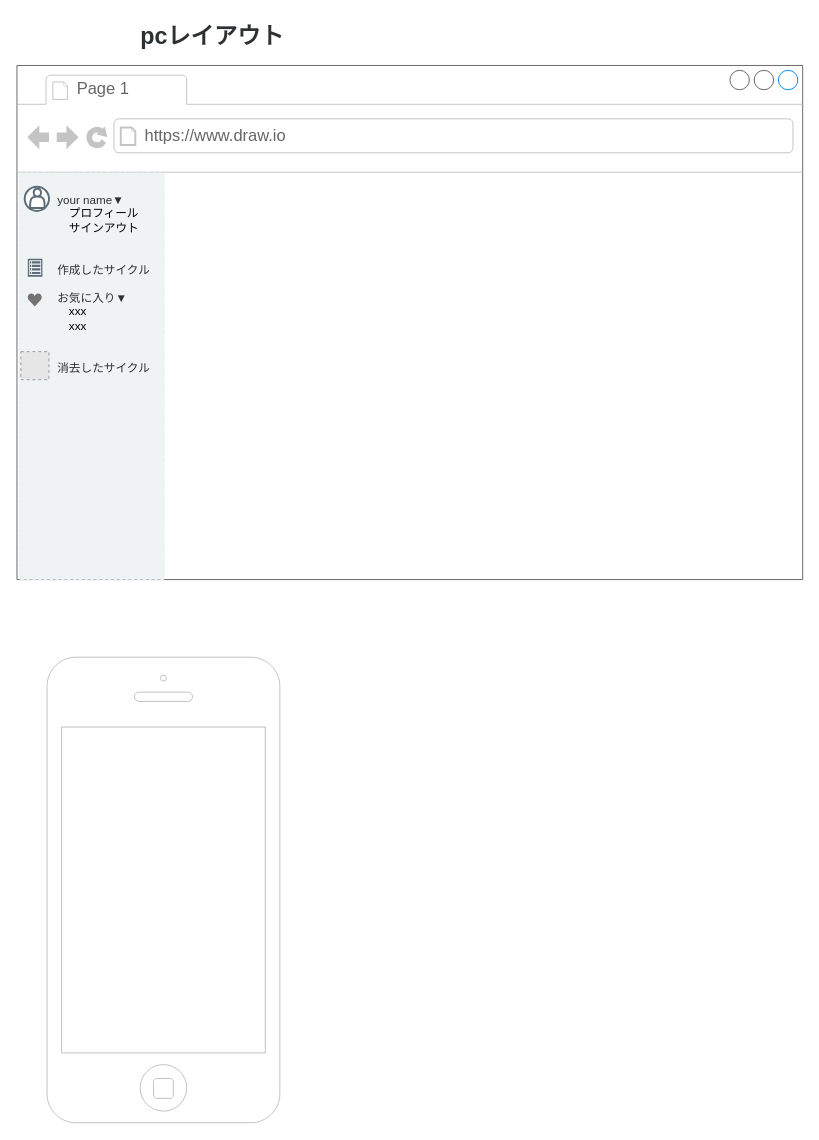
katkatprog/drowio keeps this draw.io diagram as page "画面設計(レイアウト)" (5 of 10) of ER.drawio. Above is the earlier version. Source tidied: cells renumbered, new cells numbered last; positions are measured from the earlier drawing's top-left corner, leaving out a move shared by most shapes. Both pictures are drawn from the tidied source at 97%, with x=0, y=0 at pixel (16, 16). Pictures stored in the file or linked from it are replaced by grey dashed boxes.
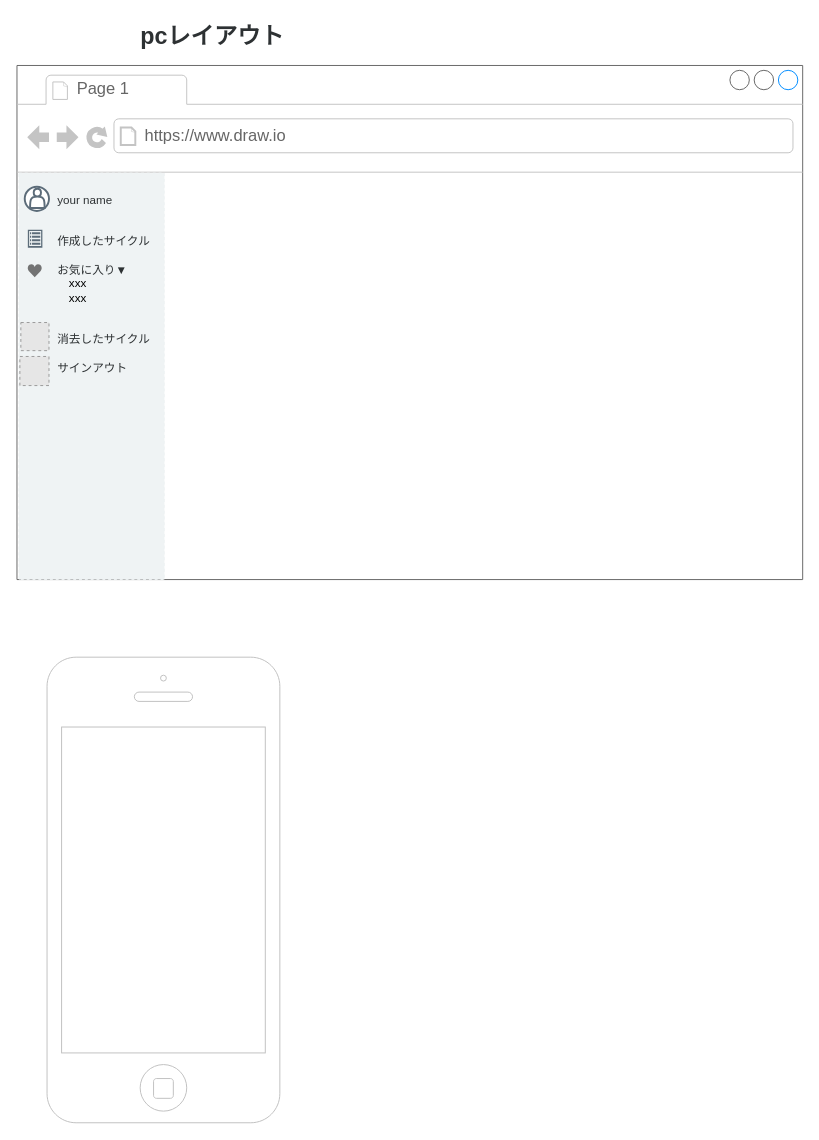
After the change.

Diff of the diagram source:
```diff
@@
 <mxGraphModel>
   <root>
     <mxCell id="0" />
     <mxCell id="1" parent="0" />
     <mxCell id="2" style="strokeWidth=1;shadow=0;dashed=0;align=center;html=1;shape=mxgraph.mockup.containers.browserWindow;rSize=0;strokeColor=none;strokeColor2=#008cff;strokeColor3=#c4c4c4;mainText=,;labelBackgroundColor=none;labelBorderColor=none;fillStyle=auto;fontSize=9;fontColor=default;fillColor=#FFFFFF;" parent="1" vertex="1">
       <mxGeometry y="50" width="810" height="530" as="geometry" />
     </mxCell>
     <mxCell id="3" value="Page 1" style="strokeWidth=1;shadow=0;dashed=0;align=center;html=1;shape=mxgraph.mockup.containers.anchor;fontSize=17;fontColor=#666666;align=left;labelBackgroundColor=none;labelBorderColor=none;fillStyle=auto;strokeColor=#EFF3F4;fillColor=#FFFFFF;" parent="2" vertex="1">
       <mxGeometry x="60" y="12" width="110" height="26" as="geometry" />
     </mxCell>
     <mxCell id="4" value="https://www.draw.io" style="strokeWidth=1;shadow=0;dashed=0;align=center;html=1;shape=mxgraph.mockup.containers.anchor;rSize=0;fontSize=17;fontColor=#666666;align=left;labelBackgroundColor=none;labelBorderColor=none;fillStyle=auto;strokeColor=#EFF3F4;fillColor=#FFFFFF;" parent="2" vertex="1">
       <mxGeometry x="130" y="60" width="250" height="26" as="geometry" />
     </mxCell>
     <mxCell id="5" style="rounded=0;whiteSpace=wrap;html=1;dashed=1;labelBackgroundColor=none;labelBorderColor=none;fillStyle=auto;strokeColor=#EFF3F4;strokeWidth=1;fontSize=11;fontColor=#B5739D;fillColor=#EFF3F4;" parent="2" vertex="1">
       <mxGeometry x="2" y="111" width="150" height="419" as="geometry" />
     </mxCell>
-    <mxCell id="6" value="&lt;span style=&quot;color: rgb(45, 49, 51);&quot;&gt;your name▼&lt;br&gt;&lt;/span&gt;　プロフィール&lt;br&gt;　サインアウト&lt;br style=&quot;color: rgb(45, 49, 51);&quot;&gt;&lt;br style=&quot;color: rgb(45, 49, 51);&quot;&gt;&lt;br style=&quot;color: rgb(45, 49, 51);&quot;&gt;&lt;font color=&quot;#2d3133&quot;&gt;作成したサイクル&lt;br&gt;&lt;/font&gt;&lt;br style=&quot;color: rgb(45, 49, 51);&quot;&gt;&lt;span style=&quot;color: rgb(45, 49, 51);&quot;&gt;お気に入り▼&lt;br&gt;&lt;/span&gt;　xxx&lt;br&gt;　xxx&lt;br&gt;　&lt;br&gt;&lt;br style=&quot;color: rgb(45, 49, 51);&quot;&gt;&lt;font color=&quot;#2d3133&quot;&gt;消去したサイクル&lt;/font&gt;" style="text;html=1;align=left;verticalAlign=top;fillColor=none;strokeColor=none;rounded=0;labelBackgroundColor=none;labelBorderColor=none;fillStyle=auto;strokeWidth=2;fontSize=12;fontColor=default;" parent="2" vertex="1">
+    <mxCell id="6" value="&lt;span style=&quot;color: rgb(45, 49, 51);&quot;&gt;your name&lt;/span&gt;&lt;br style=&quot;color: rgb(45, 49, 51);&quot;&gt;&lt;br style=&quot;color: rgb(45, 49, 51);&quot;&gt;&lt;br style=&quot;color: rgb(45, 49, 51);&quot;&gt;&lt;font color=&quot;#2d3133&quot;&gt;作成したサイクル&lt;br&gt;&lt;/font&gt;&lt;br style=&quot;color: rgb(45, 49, 51);&quot;&gt;&lt;span style=&quot;color: rgb(45, 49, 51);&quot;&gt;お気に入り▼&lt;br&gt;&lt;/span&gt;　xxx&lt;br&gt;　xxx&lt;br&gt;　&lt;br&gt;&lt;br style=&quot;color: rgb(45, 49, 51);&quot;&gt;&lt;font color=&quot;#2d3133&quot;&gt;消去したサイクル&lt;br&gt;&lt;br&gt;サインアウト&lt;br&gt;&lt;/font&gt;" style="text;html=1;align=left;verticalAlign=top;fillColor=none;strokeColor=none;rounded=0;labelBackgroundColor=none;labelBorderColor=none;fillStyle=auto;strokeWidth=2;fontSize=12;fontColor=default;" parent="2" vertex="1">
       <mxGeometry x="40" y="125" width="120" height="200" as="geometry" />
     </mxCell>
     <mxCell id="7" style="ellipse;whiteSpace=wrap;html=1;labelBackgroundColor=none;labelBorderColor=none;fillStyle=auto;strokeColor=#5c6c79;strokeWidth=2;fontSize=12;fontColor=default;fillColor=#FFFFFF;" parent="2" vertex="1">
       <mxGeometry x="8" y="125" width="25" height="25" as="geometry" />
     </mxCell>
     <mxCell id="8" style="shape=actor;whiteSpace=wrap;html=1;labelBackgroundColor=none;labelBorderColor=none;fillStyle=auto;strokeColor=#5c6c79;strokeWidth=2;fontSize=12;fontColor=default;fillColor=#FFFFFF;" parent="2" vertex="1">
       <mxGeometry x="13.5" y="127" width="15" height="20" as="geometry" />
     </mxCell>
     <mxCell id="9" style="dashed=0;verticalLabelPosition=bottom;verticalAlign=top;align=center;shape=mxgraph.gmdl.heart;strokeColor=none;fillColor=#737373;shadow=0;sketch=0;labelBackgroundColor=none;labelBorderColor=none;fillStyle=auto;strokeWidth=2;fontSize=11;fontColor=default;" parent="2" vertex="1">
-      <mxGeometry x="10.8" y="234.9" width="15" height="13.5" as="geometry" />
+      <mxGeometry x="10.8" y="204.9" width="15" height="13.5" as="geometry" />
     </mxCell>
     <mxCell id="10" style="sketch=0;html=1;strokeColor=none;shadow=0;align=center;verticalAlign=top;fillColor=#5C6C79;shape=mxgraph.gcp2.view_list;labelBackgroundColor=none;labelBorderColor=none;fillStyle=auto;strokeWidth=2;fontSize=11;fontColor=default;" parent="2" vertex="1">
-      <mxGeometry x="11.2" y="199.3" width="15" height="18.5" as="geometry" />
+      <mxGeometry x="11.2" y="169.3" width="15" height="18.5" as="geometry" />
     </mxCell>
     <mxCell id="11" style="fillColor=#E6E6E6;strokeColor=#999999;dashed=1;html=1;verticalAlign=top;verticalLabelPosition=bottom;labelBackgroundColor=#ffffff;fontSize=11;fontColor=#B5739D;" parent="2" vertex="1">
-      <mxGeometry x="4" y="295" width="29" height="29" as="geometry" />
+      <mxGeometry x="4" y="265" width="29" height="29" as="geometry" />
     </mxCell>
+    <mxCell id="14" style="fillColor=#E6E6E6;strokeColor=#999999;dashed=1;html=1;verticalAlign=top;verticalLabelPosition=bottom;labelBackgroundColor=#ffffff;" parent="2" vertex="1">
+      <mxGeometry x="3" y="300" width="30" height="30" as="geometry" />
+    </mxCell>
     <mxCell id="12" value="pcレイアウト" style="text;strokeColor=none;fillColor=none;html=1;fontSize=24;fontStyle=1;verticalAlign=middle;align=center;labelBackgroundColor=none;labelBorderColor=none;fillStyle=auto;fontColor=#2D3133;" parent="1" vertex="1">
       <mxGeometry x="151" width="100" height="40" as="geometry" />
     </mxCell>
     <mxCell id="13" style="html=1;verticalLabelPosition=bottom;labelBackgroundColor=#ffffff;verticalAlign=top;shadow=0;dashed=0;strokeWidth=1;shape=mxgraph.ios7.misc.iphone;strokeColor=#c0c0c0;labelBorderColor=none;fillStyle=auto;fontSize=11;fontColor=#B5739D;fillColor=default;" parent="1" vertex="1">
       <mxGeometry x="31" y="660" width="240" height="480" as="geometry" />
     </mxCell>
   </root>
 </mxGraphModel>
```
